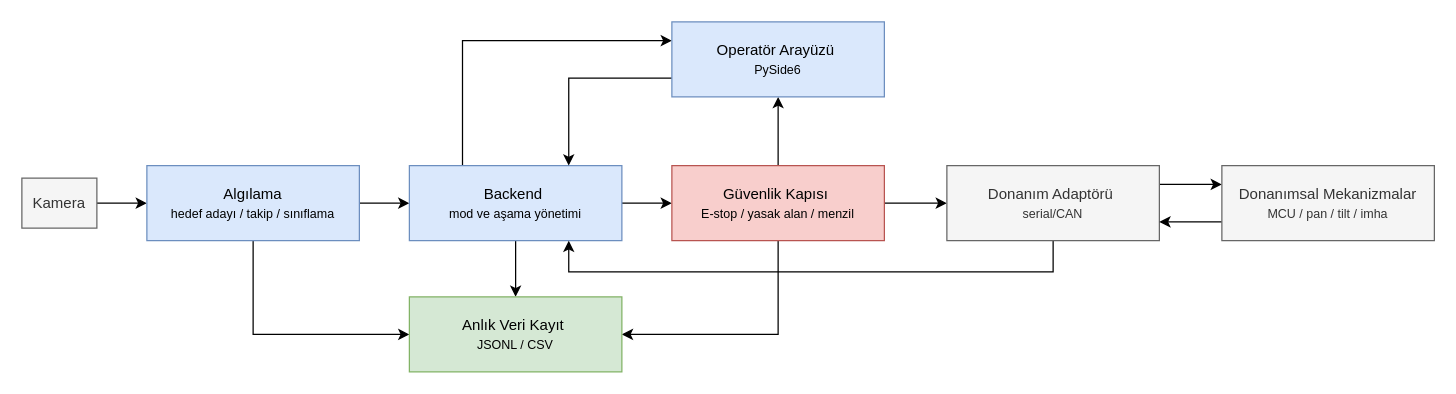
This is page "Page-1" (1 of 8) of reports/ktr-diyagramlari.drawio from AlperKartkaya/gokkalkan, a draw.io file, before an edit. Source tidied: cells renumbered, new cells numbered last; positions are measured from the earlier drawing's top-left corner, leaving out a move shared by most shapes. Both pictures are drawn from the tidied source at 125%, with x=0, y=0 at pixel (21, 21).
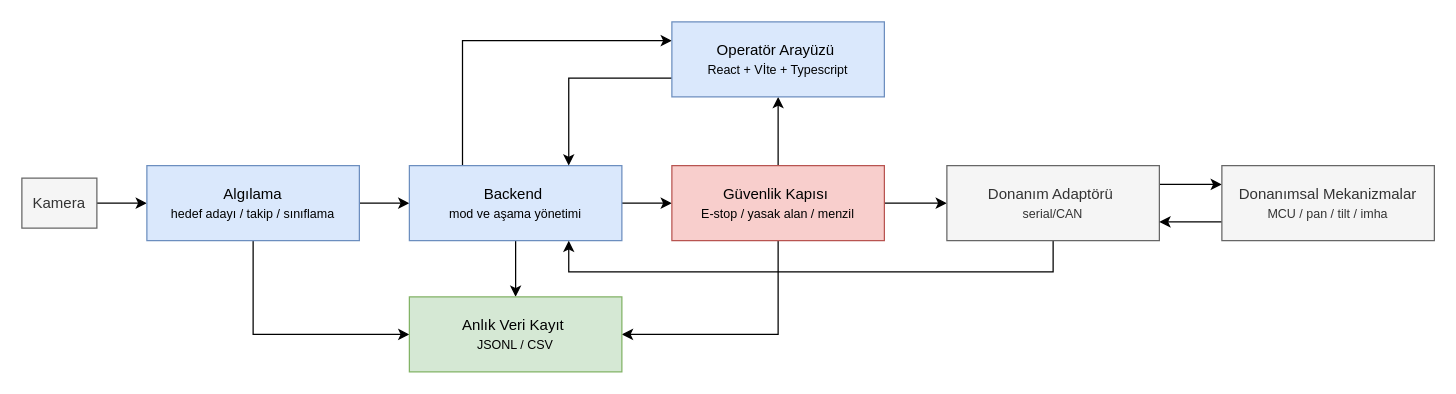
The same page after the edit.

The edit, as a diff of the source:
```diff
@@
-    <mxCell id="16" value="Operatör Arayüzü&amp;nbsp;&lt;div&gt;&lt;font style=&quot;font-size: 10px;&quot;&gt;PySide6&lt;/font&gt;&lt;/div&gt;" style="rounded=0;whiteSpace=wrap;html=1;fillColor=#dae8fc;strokeColor=#6c8ebf;" parent="1" vertex="1">
+    <mxCell id="16" value="Operatör Arayüzü&amp;nbsp;&lt;div&gt;&lt;font style=&quot;font-size: 10px;&quot;&gt;React + Vİte + Typescript&lt;/font&gt;&lt;/div&gt;" style="rounded=0;whiteSpace=wrap;html=1;fillColor=#dae8fc;strokeColor=#6c8ebf;" parent="1" vertex="1">
       <mxGeometry x="520" width="170" height="60" as="geometry" />
     </mxCell>
```
